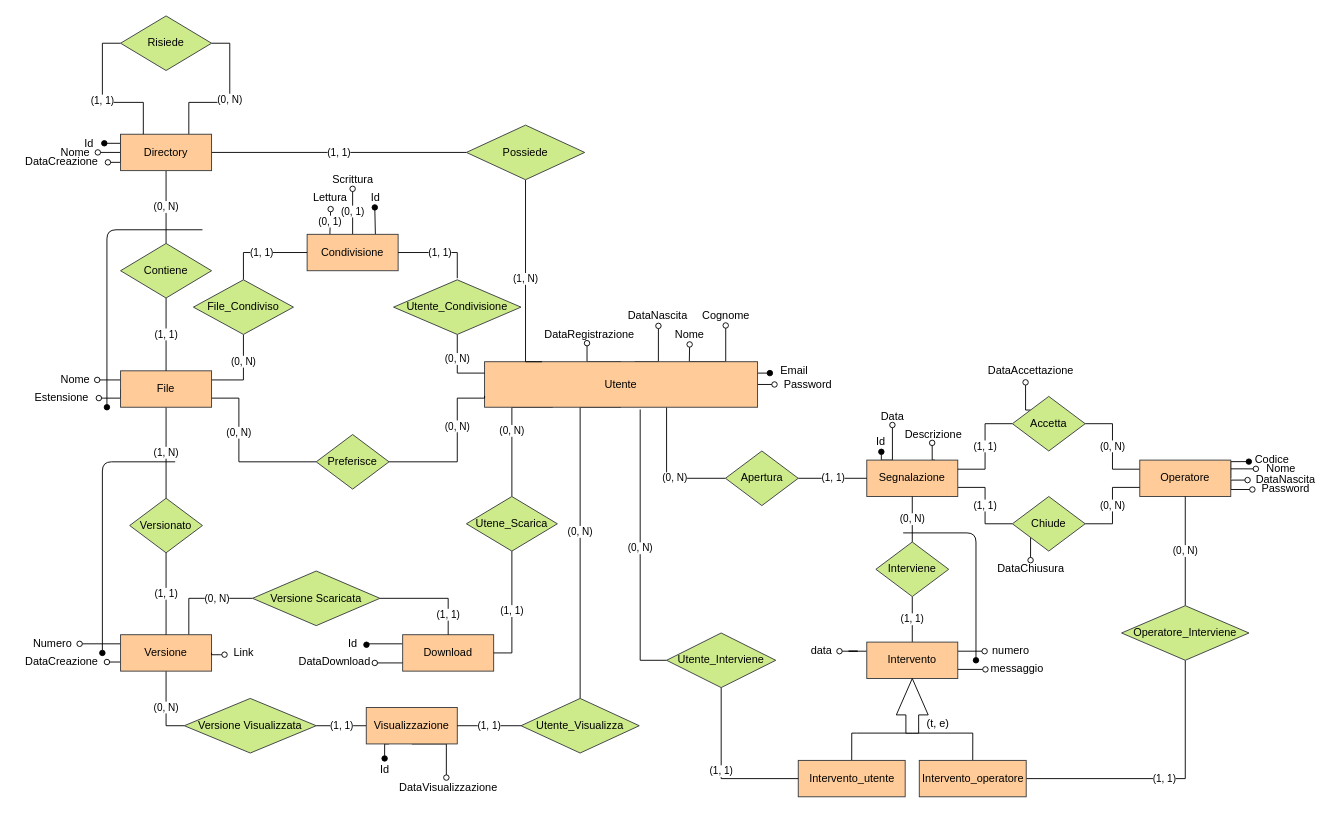
alemazzo/CloudStoreDB keeps this draw.io diagram as page "ER" (1 of 10) of db.drawio. Above is the earlier version. Source tidied: cells renumbered, new cells numbered last; positions are measured from the earlier drawing's top-left corner, leaving out a move shared by most shapes. Both pictures are drawn from the tidied source at 91%, with x=0, y=0 at pixel (15, 15).
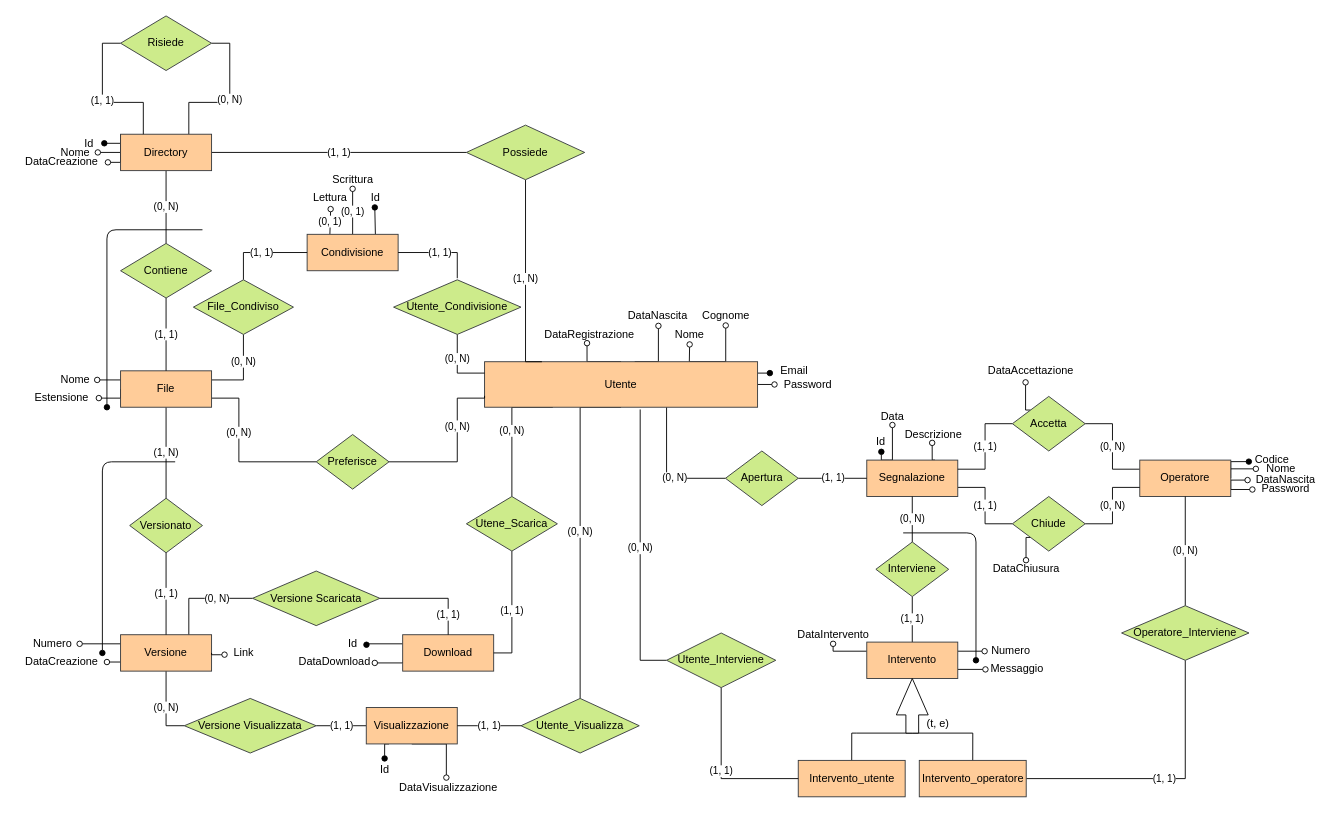
The same page after the edit.

Unchanged cells that the change refers to:
```xml
<mxCell id="67" value="Intervento" style="whiteSpace=wrap;html=1;align=center;fillColor=#ffcc99;strokeColor=#36393d;" parent="1" vertex="1">
  <mxGeometry x="935" y="688.1" width="100" height="40" as="geometry" />
</mxCell>
```

What changed in the source:
```diff
@@
     <mxCell id="66" style="edgeStyle=orthogonalEdgeStyle;rounded=0;jettySize=auto;html=1;exitX=0;exitY=0.25;exitDx=0;exitDy=0;endArrow=oval;endFill=0;" parent="1" edge="1" source="67" target="122">
-      <mxGeometry relative="1" as="geometry" />
+      <mxGeometry relative="1" as="geometry">
+        <Array as="points">
+          <mxPoint x="898" y="698" />
+        </Array>
+      </mxGeometry>
     </mxCell>
@@
     <mxCell id="105" value="DataChiusura" style="text;html=1;align=center;verticalAlign=middle;points=[];strokeColor=none;" parent="1" vertex="1">
-      <mxGeometry x="1070" y="598.1" width="90" height="20" as="geometry" />
+      <mxGeometry x="1065" y="598.1" width="90" height="20" as="geometry" />
     </mxCell>
-    <mxCell id="106" value="numero" style="text;html=1;align=center;verticalAlign=middle;points=[];strokeColor=none;" parent="1" vertex="1">
+    <mxCell id="106" value="Numero" style="text;html=1;align=center;verticalAlign=middle;points=[];strokeColor=none;" parent="1" vertex="1">
       <mxGeometry x="1062.5" y="688.1" width="60" height="20" as="geometry" />
     </mxCell>
@@
-    <mxCell id="108" value="messaggio" style="text;html=1;align=center;verticalAlign=middle;points=[];strokeColor=none;" parent="1" vertex="1">
+    <mxCell id="108" value="Messaggio" style="text;html=1;align=center;verticalAlign=middle;points=[];strokeColor=none;" parent="1" vertex="1">
       <mxGeometry x="1065" y="708.1" width="70" height="20" as="geometry" />
     </mxCell>
@@
-    <mxCell id="122" value="data" style="text;html=1;align=center;verticalAlign=middle;points=[];strokeColor=none;" parent="1" vertex="1">
-      <mxGeometry x="865" y="688.1" width="40" height="20" as="geometry" />
+    <mxCell id="122" value="DataIntervento" style="text;html=1;align=center;verticalAlign=middle;points=[];strokeColor=none;" parent="1" vertex="1">
+      <mxGeometry x="852.5" y="670" width="90" height="20" as="geometry" />
     </mxCell>
```
